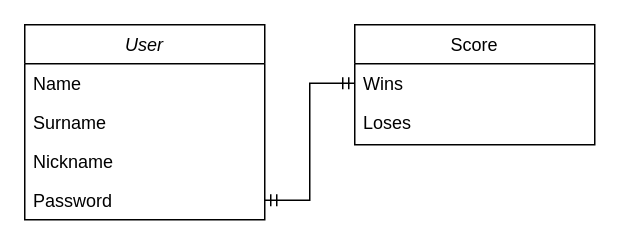
The draw.io diagram Documentation/User_ERD.drawio in Durengo/Omni-Grid, before the edit. Source tidied: cells renumbered, new cells numbered last; positions are measured from the earlier drawing's top-left corner, leaving out a move shared by most shapes. Both pictures are drawn from the tidied source at 150%, with x=0, y=0 at pixel (24, 24).
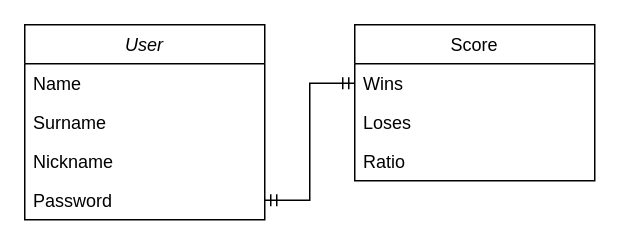
The same page after the edit.

Commit message:
Updated the score ERD. Now includes ration of wins and loses.

The edit, as a diff of the source:
```diff
@@
 <mxGraphModel>
   <root>
     <mxCell id="0" />
     <mxCell id="1" parent="0" />
     <mxCell id="2" value="User" style="swimlane;fontStyle=2;align=center;verticalAlign=top;horizontal=1;startSize=26;rounded=0;shadow=0;strokeWidth=1;" parent="1" vertex="1">
       <mxGeometry width="160" height="130" as="geometry" />
     </mxCell>
     <mxCell id="3" value="Name" style="text;align=left;verticalAlign=top;spacingLeft=4;spacingRight=4;overflow=hidden;" parent="2" vertex="1">
       <mxGeometry y="26" width="160" height="26" as="geometry" />
     </mxCell>
     <mxCell id="4" value="Surname" style="text;align=left;verticalAlign=top;spacingLeft=4;spacingRight=4;overflow=hidden;rounded=0;shadow=0;html=0;" parent="2" vertex="1">
       <mxGeometry y="52" width="160" height="26" as="geometry" />
     </mxCell>
     <mxCell id="5" value="Nickname" style="text;align=left;verticalAlign=top;spacingLeft=4;spacingRight=4;overflow=hidden;rounded=0;shadow=0;html=0;" parent="2" vertex="1">
       <mxGeometry y="78" width="160" height="26" as="geometry" />
     </mxCell>
     <mxCell id="6" value="Password" style="text;align=left;verticalAlign=top;spacingLeft=4;spacingRight=4;overflow=hidden;points=[[0,0.5],[1,0.5]];portConstraint=eastwest;rounded=0;shadow=0;html=0;" parent="2" vertex="1">
       <mxGeometry y="104" width="160" height="26" as="geometry" />
     </mxCell>
     <mxCell id="7" value="Score" style="swimlane;fontStyle=0;align=center;verticalAlign=top;horizontal=1;startSize=26;rounded=0;shadow=0;strokeWidth=1;" parent="1" vertex="1">
-      <mxGeometry x="220" width="160" height="80" as="geometry" />
+      <mxGeometry x="220" width="160" height="104" as="geometry" />
     </mxCell>
     <mxCell id="8" value="Wins" style="text;align=left;verticalAlign=top;spacingLeft=4;spacingRight=4;overflow=hidden;points=[[0,0.5],[1,0.5]];portConstraint=eastwest;" parent="7" vertex="1">
       <mxGeometry y="26" width="160" height="26" as="geometry" />
     </mxCell>
     <mxCell id="9" value="Loses" style="text;align=left;verticalAlign=top;spacingLeft=4;spacingRight=4;overflow=hidden;rounded=0;shadow=0;html=0;" parent="7" vertex="1">
       <mxGeometry y="52" width="160" height="26" as="geometry" />
     </mxCell>
+    <mxCell id="11" value="Ratio" style="text;align=left;verticalAlign=top;spacingLeft=4;spacingRight=4;overflow=hidden;rounded=0;shadow=0;html=0;" parent="7" vertex="1">
+      <mxGeometry y="78" width="160" height="26" as="geometry" />
+    </mxCell>
     <mxCell id="10" style="edgeStyle=entityRelationEdgeStyle;fontSize=12;html=1;endArrow=ERmandOne;startArrow=ERmandOne;rounded=0;exitX=1;exitY=0.5;exitDx=0;exitDy=0;entryX=0;entryY=0.5;entryDx=0;entryDy=0;" parent="1" edge="1" source="6" target="8">
       <mxGeometry relative="1" as="geometry" />
     </mxCell>
   </root>
 </mxGraphModel>
```
